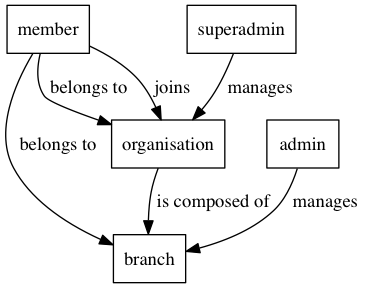
Before: concept_map.png, a diagram exported from Graphviz (rabblerouser/docs). Its source is kept beside it as concept_map.gv. The source it was exported from:
```dot
digraph G {
  node [shape=rectangle]

  member -> organisation [label=" joins "]
  member -> branch [label=" belongs to "]
  member -> organisation [label=" belongs to "]

  admin -> branch [label=" manages "]
  superadmin -> organisation [label=" manages "]

  organisation -> branch [label=" is composed of "]
}
```
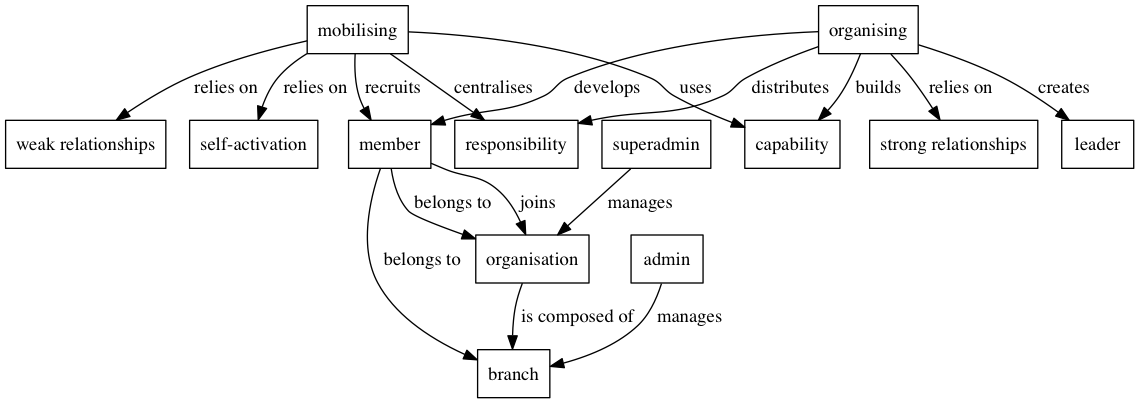
The same diagram one commit later.

Commit message:
Update concept map with mobilising and organising concepts

The edit, as a diff of the source:
```diff
@@ -9,4 +9,16 @@
   superadmin -> organisation [label=" manages "]
 
   organisation -> branch [label=" is composed of "]
+
+  organising -> capability [label=" builds "]
+  organising -> member [label=" develops "]
+  organising -> responsibility [label=" distributes "]
+  organising -> "strong relationships" [label=" relies on "]
+  organising -> leader [label=" creates "]
+
+  mobilising -> capability [label=" uses "]
+  mobilising -> member [label=" recruits "]
+  mobilising -> "self-activation" [label=" relies on "]
+  mobilising -> responsibility [label=" centralises "]
+  mobilising -> "weak relationships" [label=" relies on "]
 }
```
